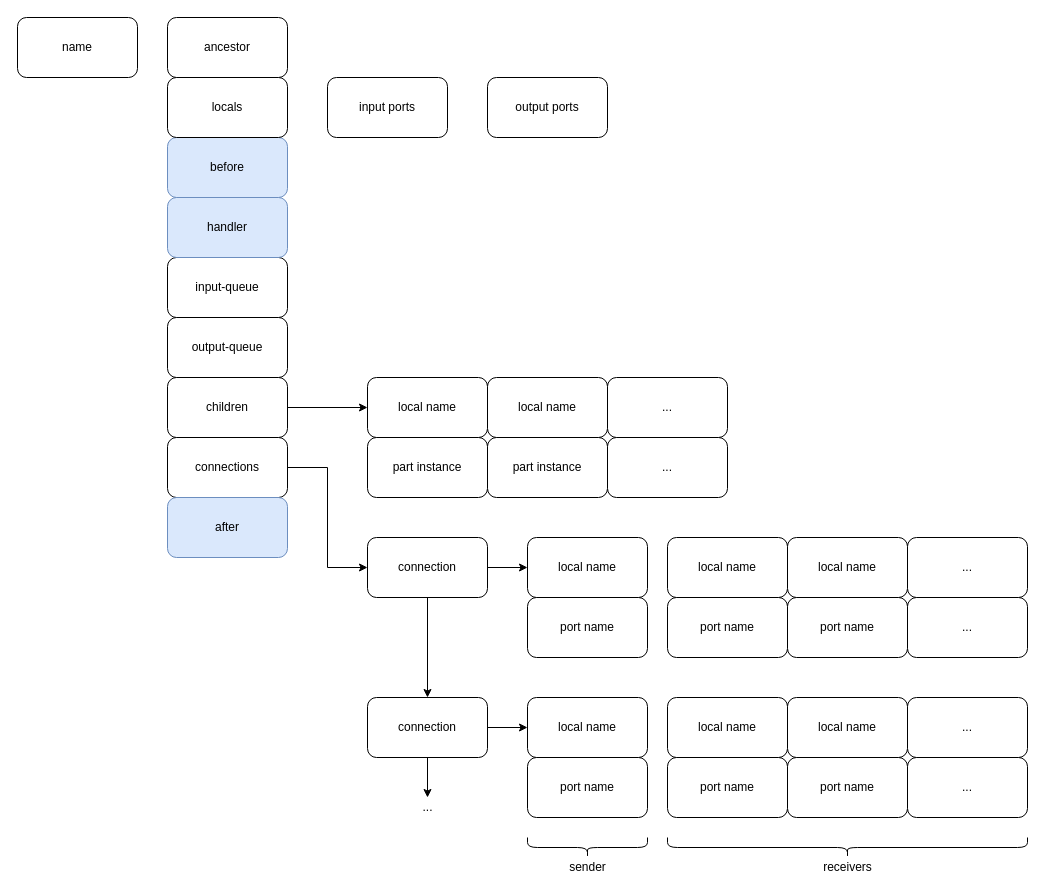
The draw.io diagram components.drawio in guitarvydas/dasl2, before the edit. Source tidied: cells renumbered, new cells numbered last; positions are measured from the earlier drawing's top-left corner, leaving out a move shared by most shapes. Both pictures are drawn from the tidied source at 100%, with x=0, y=0 at pixel (17, 17).
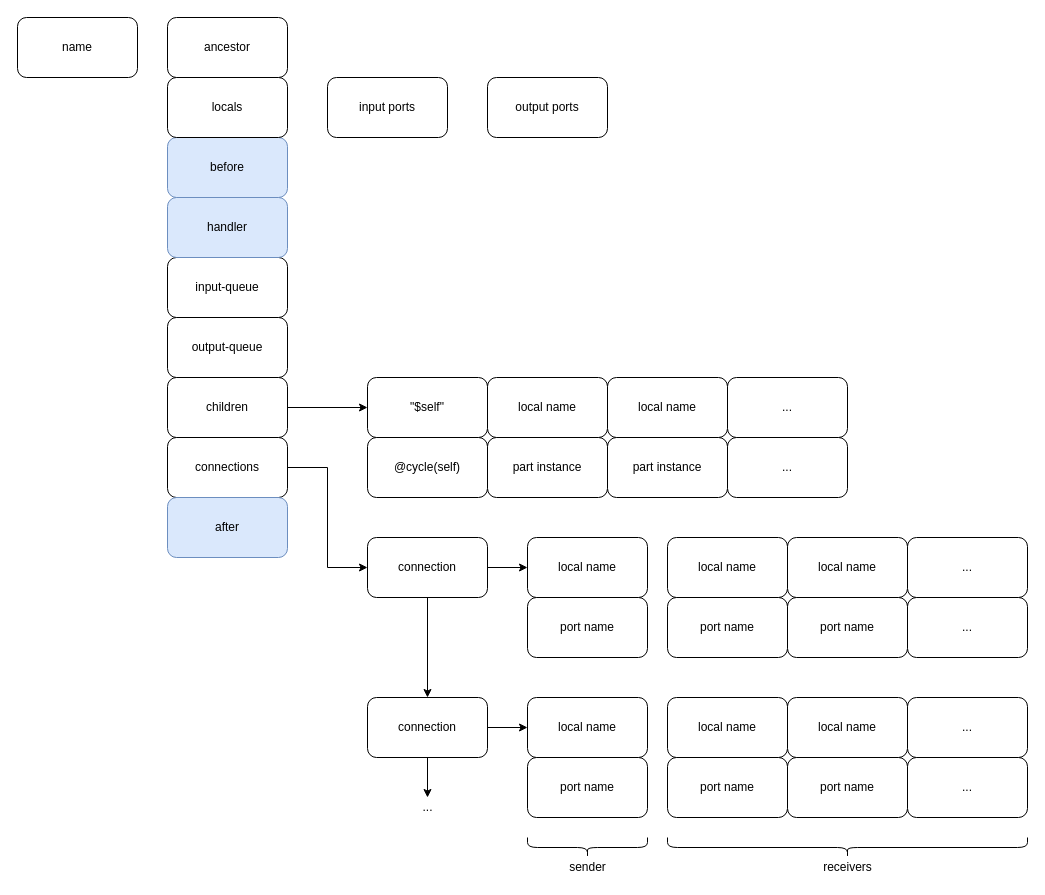
After the change.

Diff of the diagram source:
```diff
@@
-    <mxCell id="12" value="local name" style="rounded=1;whiteSpace=wrap;html=1;" parent="1" vertex="1">
+    <mxCell id="12" value="&quot;$self&quot;" style="rounded=1;whiteSpace=wrap;html=1;" parent="1" vertex="1">
       <mxGeometry x="350" y="360" width="120" height="60" as="geometry" />
     </mxCell>
-    <mxCell id="13" value="part instance" style="rounded=1;whiteSpace=wrap;html=1;" parent="1" vertex="1">
+    <mxCell id="13" value="@cycle(self)" style="rounded=1;whiteSpace=wrap;html=1;" parent="1" vertex="1">
       <mxGeometry x="350" y="420" width="120" height="60" as="geometry" />
     </mxCell>
@@
-    <mxCell id="20" value="..." style="rounded=1;whiteSpace=wrap;html=1;" parent="1" vertex="1">
-      <mxGeometry x="590" y="360" width="120" height="60" as="geometry" />
-    </mxCell>
-    <mxCell id="21" value="..." style="rounded=1;whiteSpace=wrap;html=1;" parent="1" vertex="1">
-      <mxGeometry x="590" y="420" width="120" height="60" as="geometry" />
-    </mxCell>
@@
+    <mxCell id="49" value="local name" style="rounded=1;whiteSpace=wrap;html=1;" parent="1" vertex="1">
+      <mxGeometry x="590" y="360" width="120" height="60" as="geometry" />
+    </mxCell>
+    <mxCell id="50" value="part instance" style="rounded=1;whiteSpace=wrap;html=1;" parent="1" vertex="1">
+      <mxGeometry x="590" y="420" width="120" height="60" as="geometry" />
+    </mxCell>
+    <mxCell id="51" value="..." style="rounded=1;whiteSpace=wrap;html=1;" parent="1" vertex="1">
+      <mxGeometry x="710" y="360" width="120" height="60" as="geometry" />
+    </mxCell>
+    <mxCell id="52" value="..." style="rounded=1;whiteSpace=wrap;html=1;" parent="1" vertex="1">
+      <mxGeometry x="710" y="420" width="120" height="60" as="geometry" />
+    </mxCell>
```
